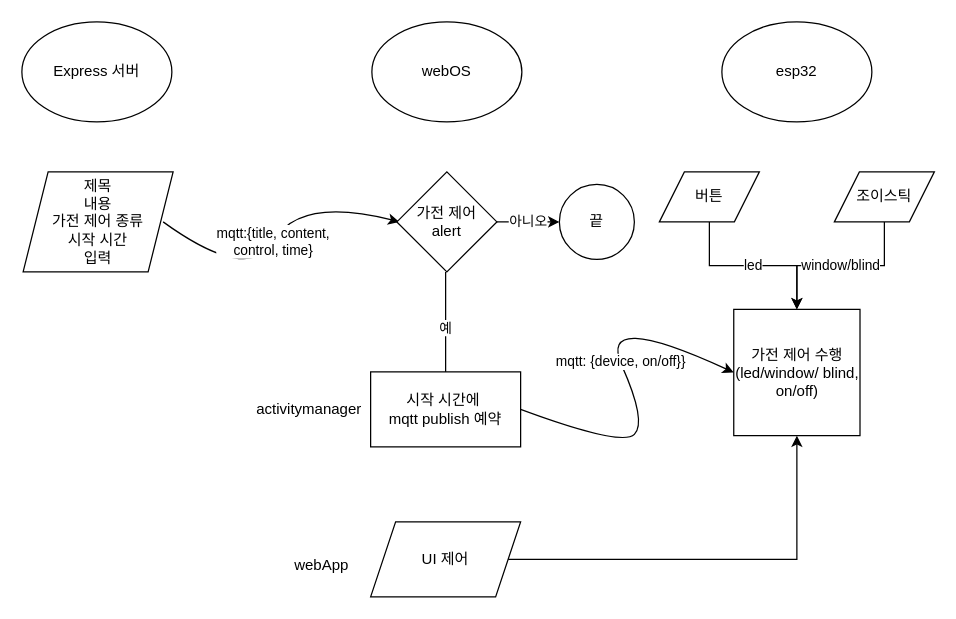
The draw.io diagram Untitled Diagram.drawio in jjunh33/main-NoticeAlert, before the edit. Source tidied: cells renumbered, new cells numbered last; positions are measured from the earlier drawing's top-left corner, leaving out a move shared by most shapes. Both pictures are drawn from the tidied source at 125%, with x=0, y=0 at pixel (21, 21).
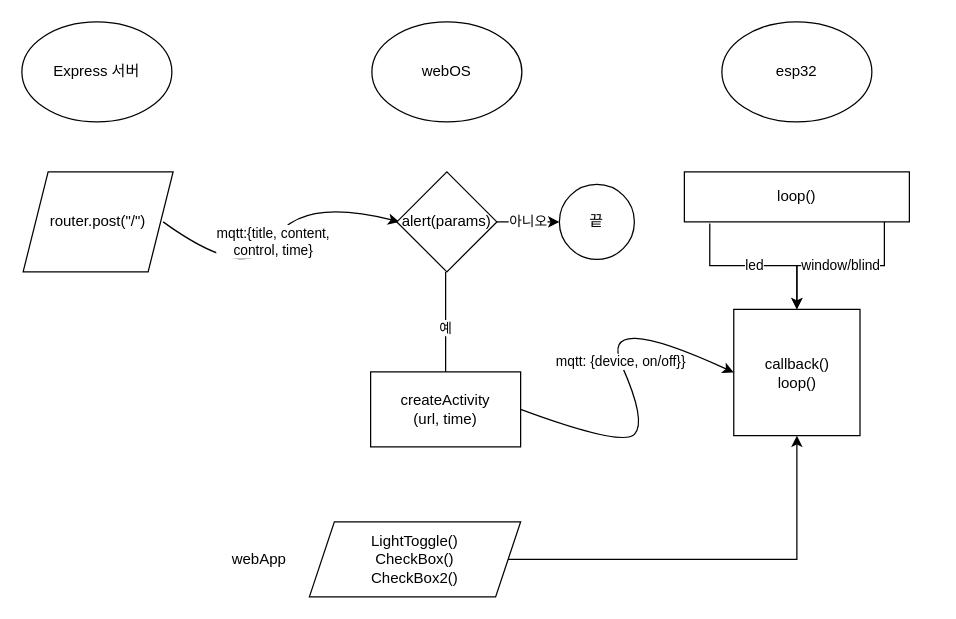
The same diagram, later.

What changed in the source:
```diff
@@
-    <mxCell id="5" value="제목&lt;br&gt;내용&lt;br&gt;가전 제어 종류&lt;br&gt;시작 시간&lt;br&gt;입력" style="shape=parallelogram;perimeter=parallelogramPerimeter;whiteSpace=wrap;html=1;fixedSize=1;" parent="1" vertex="1">
+    <mxCell id="5" value="router.post(&quot;/&quot;)" style="shape=parallelogram;perimeter=parallelogramPerimeter;whiteSpace=wrap;html=1;fixedSize=1;" parent="1" vertex="1">
       <mxGeometry x="1" y="120" width="120" height="80" as="geometry" />
     </mxCell>
@@
-    <mxCell id="9" value="가전 제어&lt;br&gt;alert" style="rhombus;whiteSpace=wrap;html=1;" parent="1" vertex="1">
+    <mxCell id="9" value="alert(params)" style="rhombus;whiteSpace=wrap;html=1;" parent="1" vertex="1">
       <mxGeometry x="300" y="120" width="80" height="80" as="geometry" />
     </mxCell>
@@
-    <mxCell id="11" value="시작 시간에&amp;nbsp;&lt;br&gt;mqtt publish 예약" style="whiteSpace=wrap;html=1;" parent="1" vertex="1">
+    <mxCell id="11" value="createActivity&lt;br&gt;(url, time)" style="whiteSpace=wrap;html=1;" parent="1" vertex="1">
       <mxGeometry x="279" y="280" width="120" height="60" as="geometry" />
     </mxCell>
-    <mxCell id="12" value="activitymanager" style="text;html=1;strokeColor=none;fillColor=none;align=center;verticalAlign=middle;whiteSpace=wrap;rounded=0;" parent="1" vertex="1">
-      <mxGeometry x="200" y="295" width="60" height="30" as="geometry" />
-    </mxCell>
-    <mxCell id="13" value="가전 제어 수행&lt;br&gt;(led/window/ blind,&lt;br&gt;on/off)" style="whiteSpace=wrap;html=1;" parent="1" vertex="1">
+    <mxCell id="13" value="callback()&lt;br&gt;loop()" style="whiteSpace=wrap;html=1;" parent="1" vertex="1">
       <mxGeometry x="569.5" y="230" width="101" height="101" as="geometry" />
     </mxCell>
@@
-    <mxCell id="15" value="led" style="edgeStyle=orthogonalEdgeStyle;rounded=0;jettySize=auto;html=1;" parent="1" edge="1" source="16" target="13">
+    <mxCell id="15" value="led" style="edgeStyle=orthogonalEdgeStyle;rounded=0;jettySize=auto;html=1;exitX=0.113;exitY=1.033;exitDx=0;exitDy=0;exitPerimeter=0;" parent="1" edge="1" source="22" target="13">
       <mxGeometry relative="1" as="geometry" />
     </mxCell>
-    <mxCell id="16" value="버튼" style="shape=parallelogram;perimeter=parallelogramPerimeter;whiteSpace=wrap;html=1;fixedSize=1;" parent="1" vertex="1">
-      <mxGeometry x="510" y="120" width="80" height="40" as="geometry" />
-    </mxCell>
-    <mxCell id="17" value="window/blind" style="edgeStyle=orthogonalEdgeStyle;rounded=0;jettySize=auto;html=1;" parent="1" edge="1" source="18" target="13">
-      <mxGeometry relative="1" as="geometry" />
+    <mxCell id="17" value="window/blind" style="edgeStyle=orthogonalEdgeStyle;rounded=0;jettySize=auto;html=1;" parent="1" edge="1" target="13">
+      <mxGeometry relative="1" as="geometry">
+        <mxPoint x="690" y="160" as="sourcePoint" />
+        <Array as="points">
+          <mxPoint x="690" y="164" />
+          <mxPoint x="690" y="195" />
+          <mxPoint x="620" y="195" />
+        </Array>
+      </mxGeometry>
     </mxCell>
-    <mxCell id="18" value="조이스틱" style="shape=parallelogram;perimeter=parallelogramPerimeter;whiteSpace=wrap;html=1;fixedSize=1;" parent="1" vertex="1">
-      <mxGeometry x="650" y="120" width="80" height="40" as="geometry" />
-    </mxCell>
@@
-    <mxCell id="20" value="UI 제어" style="shape=parallelogram;perimeter=parallelogramPerimeter;whiteSpace=wrap;html=1;fixedSize=1;" parent="1" vertex="1">
-      <mxGeometry x="279" y="400" width="120" height="60" as="geometry" />
+    <mxCell id="20" value="LightToggle()&lt;br&gt;CheckBox()&lt;br&gt;CheckBox2()" style="shape=parallelogram;perimeter=parallelogramPerimeter;whiteSpace=wrap;html=1;fixedSize=1;" parent="1" vertex="1">
+      <mxGeometry x="230" y="400" width="169" height="60" as="geometry" />
     </mxCell>
     <mxCell id="21" value="webApp" style="text;html=1;strokeColor=none;fillColor=none;align=center;verticalAlign=middle;whiteSpace=wrap;rounded=0;" parent="1" vertex="1">
-      <mxGeometry x="210" y="420" width="60" height="30" as="geometry" />
+      <mxGeometry x="160" y="415" width="60" height="30" as="geometry" />
     </mxCell>
+    <mxCell id="22" value="loop()" style="rounded=0;whiteSpace=wrap;html=1;" parent="1" vertex="1">
+      <mxGeometry x="530" y="120" width="180" height="40" as="geometry" />
+    </mxCell>
```
